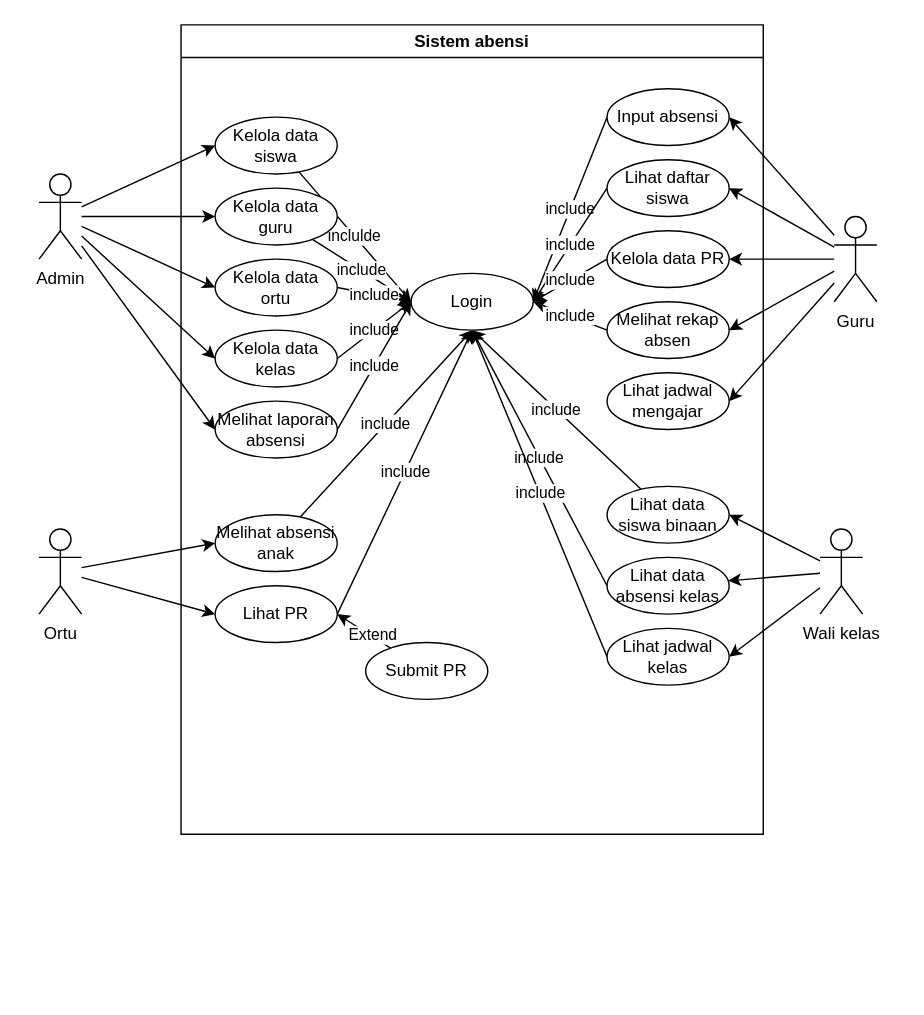
bayudani/diagram keeps this draw.io diagram as page "usecase" (2 of 4) of Diagram Tanpa Judul.drawio. Above is the earlier version. Source tidied: cells renumbered, new cells numbered last; positions are measured from the earlier drawing's top-left corner, leaving out a move shared by most shapes. Both pictures are drawn from the tidied source at 142%, with x=0, y=0 at pixel (38, 24).
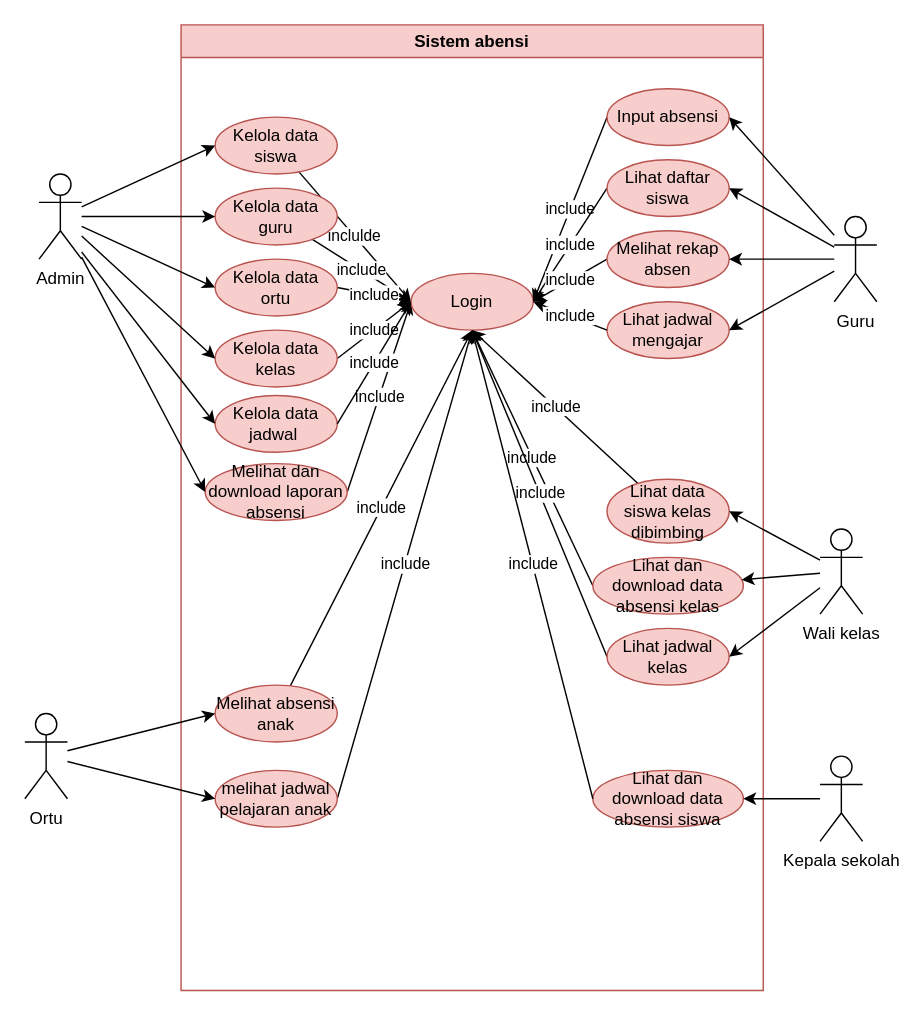
The same diagram, later.

Unchanged cells that the change refers to:
```xml
<mxCell id="51" value="Guru" style="shape=umlActor;verticalLabelPosition=bottom;verticalAlign=top;html=1;outlineConnect=0;" parent="1" vertex="1">
  <mxGeometry x="560" y="135" width="30" height="60" as="geometry" />
</mxCell>
```

The edit, as a diff of the source:
```diff
@@
-    <mxCell id="2" value="Sistem abensi" style="swimlane;whiteSpace=wrap;html=1;startSize=23;" parent="1" vertex="1">
-      <mxGeometry x="100" width="410" height="570" as="geometry" />
+    <mxCell id="2" value="Sistem abensi" style="swimlane;whiteSpace=wrap;html=1;startSize=23;fillColor=#f8cecc;strokeColor=#b85450;" parent="1" vertex="1">
+      <mxGeometry x="100" width="410" height="680" as="geometry" />
     </mxCell>
@@
-    <mxCell id="4" value="Kelola data siswa" style="ellipse;whiteSpace=wrap;html=1;" parent="2" vertex="1">
+    <mxCell id="4" value="Kelola data siswa" style="ellipse;whiteSpace=wrap;html=1;fillColor=#f8cecc;strokeColor=#b85450;" parent="2" vertex="1">
       <mxGeometry x="24" y="65" width="86" height="40" as="geometry" />
     </mxCell>
@@
-    <mxCell id="6" value="Kelola data guru" style="ellipse;whiteSpace=wrap;html=1;" parent="2" vertex="1">
+    <mxCell id="6" value="Kelola data guru" style="ellipse;whiteSpace=wrap;html=1;fillColor=#f8cecc;strokeColor=#b85450;" parent="2" vertex="1">
       <mxGeometry x="24" y="115" width="86" height="40" as="geometry" />
     </mxCell>
@@
-    <mxCell id="8" value="Kelola data ortu" style="ellipse;whiteSpace=wrap;html=1;" parent="2" vertex="1">
+    <mxCell id="8" value="Kelola data ortu" style="ellipse;whiteSpace=wrap;html=1;fillColor=#f8cecc;strokeColor=#b85450;" parent="2" vertex="1">
       <mxGeometry x="24" y="165" width="86" height="40" as="geometry" />
     </mxCell>
@@
-    <mxCell id="10" value="Kelola data kelas" style="ellipse;whiteSpace=wrap;html=1;" parent="2" vertex="1">
+    <mxCell id="10" value="Kelola data kelas" style="ellipse;whiteSpace=wrap;html=1;fillColor=#f8cecc;strokeColor=#b85450;" parent="2" vertex="1">
       <mxGeometry x="24" y="215" width="86" height="40" as="geometry" />
     </mxCell>
@@
-    <mxCell id="12" value="Melihat laporan absensi" style="ellipse;whiteSpace=wrap;html=1;" parent="2" vertex="1">
-      <mxGeometry x="24" y="265" width="86" height="40" as="geometry" />
+    <mxCell id="12" value="Melihat dan download laporan absensi" style="ellipse;whiteSpace=wrap;html=1;fillColor=#f8cecc;strokeColor=#b85450;" parent="2" vertex="1">
+      <mxGeometry x="17" y="309" width="100" height="40" as="geometry" />
     </mxCell>
-    <mxCell id="13" value="Login" style="ellipse;whiteSpace=wrap;html=1;" parent="2" vertex="1">
+    <mxCell id="13" value="Login" style="ellipse;whiteSpace=wrap;html=1;fillColor=#f8cecc;strokeColor=#b85450;" parent="2" vertex="1">
       <mxGeometry x="162" y="175" width="86" height="40" as="geometry" />
     </mxCell>
@@
-    <mxCell id="15" value="Input absensi" style="ellipse;whiteSpace=wrap;html=1;" parent="2" vertex="1">
+    <mxCell id="15" value="Input absensi" style="ellipse;whiteSpace=wrap;html=1;fillColor=#f8cecc;strokeColor=#b85450;" parent="2" vertex="1">
       <mxGeometry x="300" y="45" width="86" height="40" as="geometry" />
     </mxCell>
@@
-    <mxCell id="17" value="Lihat daftar siswa" style="ellipse;whiteSpace=wrap;html=1;" parent="2" vertex="1">
+    <mxCell id="17" value="Lihat daftar siswa" style="ellipse;whiteSpace=wrap;html=1;fillColor=#f8cecc;strokeColor=#b85450;" parent="2" vertex="1">
       <mxGeometry x="300" y="95" width="86" height="40" as="geometry" />
     </mxCell>
-    <mxCell id="18" value="include" style="rounded=0;jettySize=auto;html=1;entryX=1;entryY=0.5;entryDx=0;entryDy=0;exitX=0;exitY=0.5;exitDx=0;exitDy=0;" parent="2" edge="1" source="19" target="13">
-      <mxGeometry relative="1" as="geometry" />
-    </mxCell>
-    <mxCell id="19" value="Kelola data PR" style="ellipse;whiteSpace=wrap;html=1;" parent="2" vertex="1">
-      <mxGeometry x="300" y="145" width="86" height="40" as="geometry" />
-    </mxCell>
@@
-    <mxCell id="21" value="Melihat rekap absen" style="ellipse;whiteSpace=wrap;html=1;" parent="2" vertex="1">
-      <mxGeometry x="300" y="195" width="86" height="40" as="geometry" />
+    <mxCell id="21" value="Melihat rekap absen" style="ellipse;whiteSpace=wrap;html=1;fillColor=#f8cecc;strokeColor=#b85450;" parent="2" vertex="1">
+      <mxGeometry x="300" y="145" width="86" height="40" as="geometry" />
     </mxCell>
-    <mxCell id="22" style="edgeStyle=orthogonalEdgeStyle;rounded=0;orthogonalLoop=1;jettySize=auto;html=1;exitX=0.5;exitY=1;exitDx=0;exitDy=0;" parent="2" edge="1" source="12" target="12">
+    <mxCell id="22" style="edgeStyle=orthogonalEdgeStyle;rounded=0;orthogonalLoop=1;jettySize=auto;html=1;exitX=0.5;exitY=1;exitDx=0;exitDy=0;fillColor=#f8cecc;strokeColor=#b85450;" parent="2" edge="1" source="12" target="12">
       <mxGeometry relative="1" as="geometry" />
     </mxCell>
@@
-    <mxCell id="24" value="Melihat absensi anak" style="ellipse;whiteSpace=wrap;html=1;" parent="2" vertex="1">
-      <mxGeometry x="24" y="345" width="86" height="40" as="geometry" />
+    <mxCell id="24" value="Melihat absensi anak" style="ellipse;whiteSpace=wrap;html=1;fillColor=#f8cecc;strokeColor=#b85450;" parent="2" vertex="1">
+      <mxGeometry x="24" y="465" width="86" height="40" as="geometry" />
     </mxCell>
     <mxCell id="25" value="include" style="rounded=0;jettySize=auto;html=1;entryX=0.5;entryY=1;entryDx=0;entryDy=0;exitX=1;exitY=0.5;exitDx=0;exitDy=0;" parent="2" edge="1" source="26" target="13">
-      <mxGeometry relative="1" as="geometry">
-        <Array as="points">
-          <mxPoint x="160" y="310" />
-        </Array>
-      </mxGeometry>
+      <mxGeometry relative="1" as="geometry" />
     </mxCell>
-    <mxCell id="26" value="Lihat PR" style="ellipse;whiteSpace=wrap;html=1;" parent="2" vertex="1">
-      <mxGeometry x="24" y="395" width="86" height="40" as="geometry" />
+    <mxCell id="26" value="melihat jadwal pelajaran anak" style="ellipse;whiteSpace=wrap;html=1;fillColor=#f8cecc;strokeColor=#b85450;" parent="2" vertex="1">
+      <mxGeometry x="24" y="525" width="86" height="40" as="geometry" />
     </mxCell>
-    <mxCell id="27" style="rounded=0;jettySize=auto;html=1;entryX=1;entryY=0.5;entryDx=0;entryDy=0;" parent="2" edge="1" source="29" target="26">
-      <mxGeometry relative="1" as="geometry" />
-    </mxCell>
-    <mxCell id="28" value="Extend" style="edgeLabel;html=1;align=center;verticalAlign=middle;" parent="27" vertex="1">
-      <mxGeometry x="-0.34" y="-1" relative="1" as="geometry">
-        <mxPoint x="-1" as="offset" />
-      </mxGeometry>
-    </mxCell>
-    <mxCell id="29" value="Submit PR" style="ellipse;whiteSpace=wrap;html=1;" parent="2" vertex="1">
-      <mxGeometry x="130" y="435" width="86" height="40" as="geometry" />
-    </mxCell>
@@
-    <mxCell id="31" value="Lihat data siswa binaan" style="ellipse;whiteSpace=wrap;html=1;" parent="2" vertex="1">
-      <mxGeometry x="300" y="325" width="86" height="40" as="geometry" />
+    <mxCell id="31" value="Lihat data siswa kelas dibimbing" style="ellipse;whiteSpace=wrap;html=1;fillColor=#f8cecc;strokeColor=#b85450;" parent="2" vertex="1">
+      <mxGeometry x="300" y="320" width="86" height="45" as="geometry" />
     </mxCell>
@@
-    <mxCell id="33" value="Lihat data absensi kelas" style="ellipse;whiteSpace=wrap;html=1;" parent="2" vertex="1">
-      <mxGeometry x="300" y="375" width="86" height="40" as="geometry" />
+    <mxCell id="33" value="Lihat dan download data absensi kelas" style="ellipse;whiteSpace=wrap;html=1;fillColor=#f8cecc;strokeColor=#b85450;" parent="2" vertex="1">
+      <mxGeometry x="290" y="375" width="106" height="40" as="geometry" />
     </mxCell>
@@
-    <mxCell id="35" value="Lihat jadwal kelas" style="ellipse;whiteSpace=wrap;html=1;" parent="2" vertex="1">
+    <mxCell id="35" value="Lihat jadwal kelas" style="ellipse;whiteSpace=wrap;html=1;fillColor=#f8cecc;strokeColor=#b85450;" parent="2" vertex="1">
       <mxGeometry x="300" y="425" width="86" height="40" as="geometry" />
     </mxCell>
-    <mxCell id="36" value="Lihat jadwal mengajar" style="ellipse;whiteSpace=wrap;html=1;" parent="2" vertex="1">
-      <mxGeometry x="300" y="245" width="86" height="40" as="geometry" />
+    <mxCell id="36" value="Lihat jadwal mengajar" style="ellipse;whiteSpace=wrap;html=1;fillColor=#f8cecc;strokeColor=#b85450;" parent="2" vertex="1">
+      <mxGeometry x="300" y="195" width="86" height="40" as="geometry" />
     </mxCell>
+    <mxCell id="56" value="Kelola data jadwal&amp;nbsp;" style="ellipse;whiteSpace=wrap;html=1;fillColor=#f8cecc;strokeColor=#b85450;" parent="2" vertex="1">
+      <mxGeometry x="24" y="261" width="86" height="40" as="geometry" />
+    </mxCell>
+    <mxCell id="57" value="include" style="rounded=0;jettySize=auto;html=1;entryX=0;entryY=0.5;entryDx=0;entryDy=0;exitX=1;exitY=0.5;exitDx=0;exitDy=0;" parent="2" edge="1" source="56" target="13">
+      <mxGeometry relative="1" as="geometry" />
+    </mxCell>
+    <mxCell id="58" value="Lihat dan download data absensi siswa" style="ellipse;whiteSpace=wrap;html=1;fillColor=#f8cecc;strokeColor=#b85450;" parent="2" vertex="1">
+      <mxGeometry x="290" y="525" width="106" height="40" as="geometry" />
+    </mxCell>
+    <mxCell id="18" value="include" style="rounded=0;jettySize=auto;html=1;entryX=1;entryY=0.5;entryDx=0;entryDy=0;exitX=0;exitY=0.5;exitDx=0;exitDy=0;" parent="2" edge="1" source="36" target="13">
+      <mxGeometry relative="1" as="geometry" />
+    </mxCell>
+    <mxCell id="59" value="include" style="rounded=0;jettySize=auto;html=1;entryX=0.5;entryY=1;entryDx=0;entryDy=0;exitX=0;exitY=0.5;exitDx=0;exitDy=0;" parent="2" edge="1" source="58" target="13">
+      <mxGeometry relative="1" as="geometry" />
+    </mxCell>
@@
     <mxCell id="45" value="Ortu" style="shape=umlActor;verticalLabelPosition=bottom;verticalAlign=top;html=1;outlineConnect=0;" parent="1" vertex="1">
-      <mxGeometry y="355" width="30" height="60" as="geometry" />
+      <mxGeometry x="-10" y="485" width="30" height="60" as="geometry" />
     </mxCell>
@@
-    <mxCell id="48" style="rounded=0;jettySize=auto;html=1;entryX=1;entryY=0.5;entryDx=0;entryDy=0;" parent="1" edge="1" source="51" target="19">
-      <mxGeometry relative="1" as="geometry" />
-    </mxCell>
@@
+    <mxCell id="60" value="&lt;div&gt;Kepala sekolah&lt;/div&gt;" style="shape=umlActor;verticalLabelPosition=bottom;verticalAlign=top;html=1;outlineConnect=0;" parent="1" vertex="1">
+      <mxGeometry x="550" y="515" width="30" height="60" as="geometry" />
+    </mxCell>
+    <mxCell id="61" style="rounded=0;jettySize=auto;html=1;entryX=0;entryY=0.5;entryDx=0;entryDy=0;" parent="1" edge="1" target="56">
+      <mxGeometry relative="1" as="geometry">
+        <mxPoint x="30" y="160" as="sourcePoint" />
+      </mxGeometry>
+    </mxCell>
+    <mxCell id="62" style="rounded=0;jettySize=auto;html=1;entryX=1;entryY=0.5;entryDx=0;entryDy=0;" parent="1" edge="1" source="60" target="58">
+      <mxGeometry relative="1" as="geometry" />
+    </mxCell>
```
